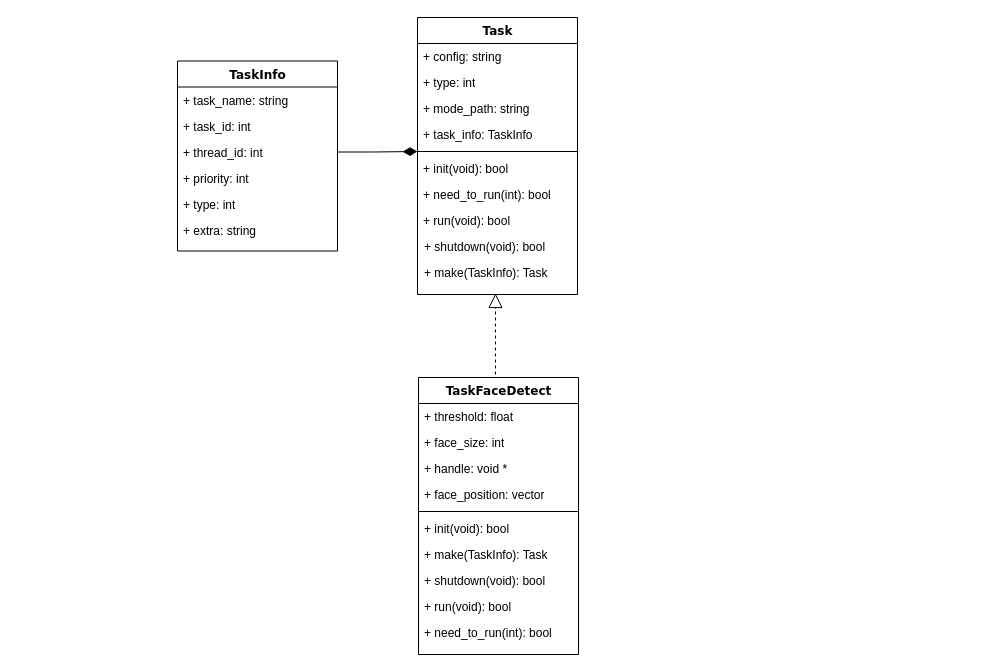
Flhawker/Flow keeps this draw.io diagram as page "人脸检测" (1 of 4) of 疲劳驾驶预警系统类图.drawio. Above is the earlier version. Source tidied: cells renumbered, new cells numbered last; positions are measured from the earlier drawing's top-left corner, leaving out a move shared by most shapes. Both pictures are drawn from the tidied source at 100%, with x=0, y=0 at pixel (177, 17).
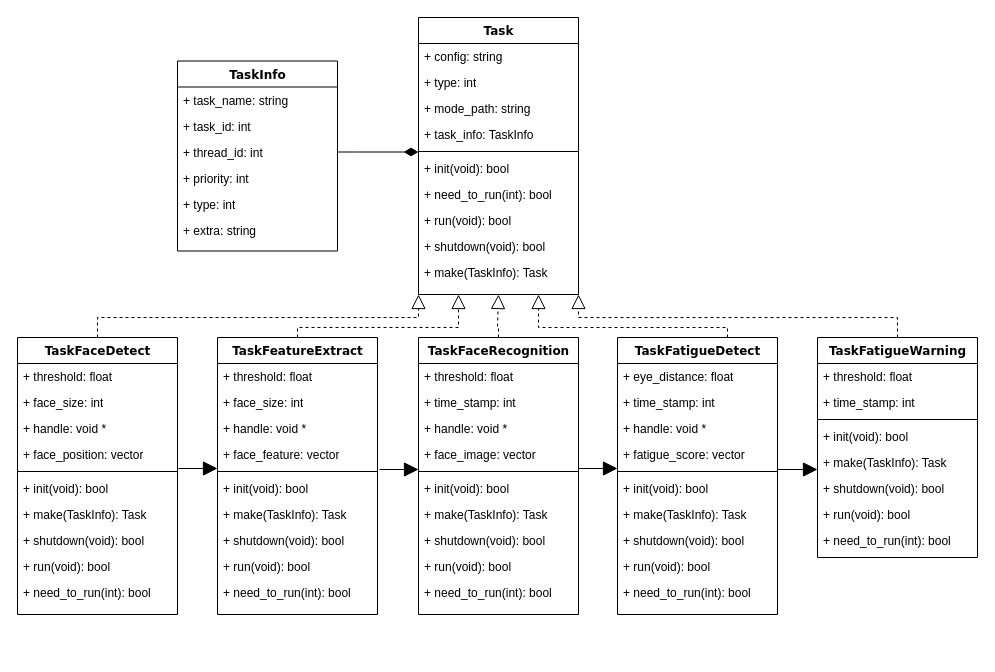
Above is the later version.

Commit message:
Update 疲劳驾驶预警系统类图.drawio

The change refers to these unchanged cells:
```xml
<mxCell id="7" value="+ face_position: vector" style="text;html=1;strokeColor=none;fillColor=none;align=left;verticalAlign=top;spacingLeft=4;spacingRight=4;whiteSpace=wrap;overflow=hidden;points=[[0,0.5],[1,0.5]];portConstraint=eastwest;" parent="3" vertex="1">
  <mxGeometry y="104" width="160" height="26" as="geometry" />
</mxCell>
<mxCell id="18" value="+ thread_id: int" style="text;html=1;strokeColor=none;fillColor=none;align=left;verticalAlign=top;spacingLeft=4;spacingRight=4;whiteSpace=wrap;overflow=hidden;points=[[0,0.5],[1,0.5]];portConstraint=eastwest;" parent="15" vertex="1">
  <mxGeometry y="78" width="160" height="26" as="geometry" />
</mxCell>
<mxCell id="27" style="line;html=1;strokeWidth=1;fillColor=none;align=left;verticalAlign=middle;spacingTop=-1;spacingLeft=3;spacingRight=3;labelPosition=right;points=[];portConstraint=eastwest;" parent="22" vertex="1">
  <mxGeometry y="130" width="160" height="8" as="geometry" />
</mxCell>
```

The edit, as a diff of the source:
```diff
@@
-    <mxCell id="2" style="edgeStyle=orthogonalEdgeStyle;rounded=0;jettySize=auto;html=1;exitX=0.5;exitY=0;exitDx=0;exitDy=0;startArrow=none;startFill=0;startSize=6;endArrow=block;endFill=0;endSize=12;dashed=1;" parent="1" edge="1" source="3">
+    <mxCell id="2" style="edgeStyle=orthogonalEdgeStyle;rounded=0;jettySize=auto;html=1;exitX=0.5;exitY=0;exitDx=0;exitDy=0;startArrow=none;startFill=0;startSize=6;endArrow=block;endFill=0;endSize=12;dashed=1;entryX=0;entryY=1;entryDx=0;entryDy=0;" parent="1" edge="1" source="3" target="22">
       <mxGeometry relative="1" as="geometry">
-        <mxPoint x="318" y="276" as="targetPoint" />
         <Array as="points">
-          <mxPoint x="318" y="316" />
-          <mxPoint x="318" y="316" />
+          <mxPoint x="-80" y="300" />
+          <mxPoint x="241" y="300" />
         </Array>
       </mxGeometry>
     </mxCell>
     <mxCell id="3" value="TaskFaceDetect" style="swimlane;html=1;fontStyle=1;align=center;verticalAlign=top;horizontal=1;startSize=26;swimlaneFillColor=#ffffff;rounded=0;shadow=0;comic=0;labelBackgroundColor=none;strokeWidth=1;fillColor=none;fontFamily=Verdana;fontSize=12;" parent="1" vertex="1">
-      <mxGeometry x="241" y="360" width="160" height="277" as="geometry" />
+      <mxGeometry x="-160" y="320" width="160" height="277" as="geometry" />
     </mxCell>
@@
     <mxCell id="14" style="edgeStyle=orthogonalEdgeStyle;rounded=0;jettySize=auto;html=1;exitX=1;exitY=0.5;exitDx=0;exitDy=0;startArrow=none;startFill=0;startSize=6;endArrow=diamondThin;endFill=1;endSize=12;" parent="1" edge="1" source="18" target="27">
-      <mxGeometry relative="1" as="geometry" />
+      <mxGeometry relative="1" as="geometry">
+        <Array as="points">
+          <mxPoint x="180" y="134" />
+          <mxPoint x="180" y="134" />
+        </Array>
+      </mxGeometry>
     </mxCell>
@@
     <mxCell id="22" value="Task" style="swimlane;html=1;fontStyle=1;align=center;verticalAlign=top;horizontal=1;startSize=26;swimlaneFillColor=#ffffff;rounded=0;shadow=0;comic=0;labelBackgroundColor=none;strokeWidth=1;fillColor=none;fontFamily=Verdana;fontSize=12;" parent="1" vertex="1">
-      <mxGeometry x="240" width="160" height="277" as="geometry" />
+      <mxGeometry x="241" width="160" height="277" as="geometry" />
     </mxCell>
@@
+    <mxCell id="33" style="edgeStyle=orthogonalEdgeStyle;rounded=0;jettySize=auto;html=1;exitX=0.5;exitY=0;exitDx=0;exitDy=0;endSize=12;endArrow=block;endFill=0;dashed=1;entryX=0.25;entryY=1;entryDx=0;entryDy=0;" parent="1" edge="1" source="34" target="22">
+      <mxGeometry relative="1" as="geometry">
+        <Array as="points">
+          <mxPoint x="120" y="310" />
+          <mxPoint x="281" y="310" />
+        </Array>
+      </mxGeometry>
+    </mxCell>
+    <mxCell id="34" value="TaskFeatureExtract" style="swimlane;html=1;fontStyle=1;align=center;verticalAlign=top;horizontal=1;startSize=26;swimlaneFillColor=#ffffff;rounded=0;shadow=0;comic=0;labelBackgroundColor=none;strokeWidth=1;fillColor=none;fontFamily=Verdana;fontSize=12;" parent="1" vertex="1">
+      <mxGeometry x="40" y="320" width="160" height="277" as="geometry" />
+    </mxCell>
+    <mxCell id="35" value="+ threshold: float" style="text;html=1;strokeColor=none;fillColor=none;align=left;verticalAlign=top;spacingLeft=4;spacingRight=4;whiteSpace=wrap;overflow=hidden;" parent="34" vertex="1">
+      <mxGeometry y="26" width="160" height="26" as="geometry" />
+    </mxCell>
+    <mxCell id="36" value="+ face_size: int" style="text;html=1;strokeColor=none;fillColor=none;align=left;verticalAlign=top;spacingLeft=4;spacingRight=4;whiteSpace=wrap;overflow=hidden;" parent="34" vertex="1">
+      <mxGeometry y="52" width="160" height="26" as="geometry" />
+    </mxCell>
+    <mxCell id="37" value="+ handle: void *" style="text;html=1;strokeColor=none;fillColor=none;align=left;verticalAlign=top;spacingLeft=4;spacingRight=4;whiteSpace=wrap;overflow=hidden;" parent="34" vertex="1">
+      <mxGeometry y="78" width="160" height="26" as="geometry" />
+    </mxCell>
+    <mxCell id="38" value="+ face_feature: vector" style="text;html=1;strokeColor=none;fillColor=none;align=left;verticalAlign=top;spacingLeft=4;spacingRight=4;whiteSpace=wrap;overflow=hidden;points=[[0,0.5],[1,0.5]];portConstraint=eastwest;" parent="34" vertex="1">
+      <mxGeometry y="104" width="160" height="26" as="geometry" />
+    </mxCell>
+    <mxCell id="39" style="line;html=1;strokeWidth=1;fillColor=none;align=left;verticalAlign=middle;spacingTop=-1;spacingLeft=3;spacingRight=3;labelPosition=right;" parent="34" vertex="1">
+      <mxGeometry y="130" width="160" height="8" as="geometry" />
+    </mxCell>
+    <mxCell id="40" value="+ init(void): bool" style="text;html=1;strokeColor=none;fillColor=none;align=left;verticalAlign=top;spacingLeft=4;spacingRight=4;whiteSpace=wrap;overflow=hidden;" parent="34" vertex="1">
+      <mxGeometry y="138" width="160" height="26" as="geometry" />
+    </mxCell>
+    <mxCell id="41" value="+ make(TaskInfo): Task" style="text;html=1;strokeColor=none;fillColor=none;align=left;verticalAlign=top;spacingLeft=4;spacingRight=4;whiteSpace=wrap;overflow=hidden;" parent="34" vertex="1">
+      <mxGeometry y="164" width="160" height="26" as="geometry" />
+    </mxCell>
+    <mxCell id="42" value="+ shutdown(void): bool" style="text;html=1;strokeColor=none;fillColor=none;align=left;verticalAlign=top;spacingLeft=4;spacingRight=4;whiteSpace=wrap;overflow=hidden;" parent="34" vertex="1">
+      <mxGeometry y="190" width="160" height="26" as="geometry" />
+    </mxCell>
+    <mxCell id="43" value="+ run(void): bool" style="text;html=1;strokeColor=none;fillColor=none;align=left;verticalAlign=top;spacingLeft=4;spacingRight=4;whiteSpace=wrap;overflow=hidden;" parent="34" vertex="1">
+      <mxGeometry y="216" width="160" height="26" as="geometry" />
+    </mxCell>
+    <mxCell id="44" value="+ need_to_run(int): bool" style="text;html=1;strokeColor=none;fillColor=none;align=left;verticalAlign=top;spacingLeft=4;spacingRight=4;whiteSpace=wrap;overflow=hidden;" parent="34" vertex="1">
+      <mxGeometry y="242" width="160" height="26" as="geometry" />
+    </mxCell>
+    <mxCell id="45" value="TaskFaceRecognition" style="swimlane;html=1;fontStyle=1;align=center;verticalAlign=top;horizontal=1;startSize=26;swimlaneFillColor=#ffffff;rounded=0;shadow=0;comic=0;labelBackgroundColor=none;strokeWidth=1;fillColor=none;fontFamily=Verdana;fontSize=12;" parent="1" vertex="1">
+      <mxGeometry x="241" y="320" width="160" height="277" as="geometry" />
+    </mxCell>
+    <mxCell id="46" value="+ threshold: float" style="text;html=1;strokeColor=none;fillColor=none;align=left;verticalAlign=top;spacingLeft=4;spacingRight=4;whiteSpace=wrap;overflow=hidden;" parent="45" vertex="1">
+      <mxGeometry y="26" width="160" height="26" as="geometry" />
+    </mxCell>
+    <mxCell id="47" value="+ time_stamp: int" style="text;html=1;strokeColor=none;fillColor=none;align=left;verticalAlign=top;spacingLeft=4;spacingRight=4;whiteSpace=wrap;overflow=hidden;" parent="45" vertex="1">
+      <mxGeometry y="52" width="160" height="26" as="geometry" />
+    </mxCell>
+    <mxCell id="48" value="+ handle: void *" style="text;html=1;strokeColor=none;fillColor=none;align=left;verticalAlign=top;spacingLeft=4;spacingRight=4;whiteSpace=wrap;overflow=hidden;" parent="45" vertex="1">
+      <mxGeometry y="78" width="160" height="26" as="geometry" />
+    </mxCell>
+    <mxCell id="49" value="+ face_image: vector" style="text;html=1;strokeColor=none;fillColor=none;align=left;verticalAlign=top;spacingLeft=4;spacingRight=4;whiteSpace=wrap;overflow=hidden;points=[[0,0.5],[1,0.5]];portConstraint=eastwest;" parent="45" vertex="1">
+      <mxGeometry y="104" width="160" height="26" as="geometry" />
+    </mxCell>
+    <mxCell id="50" style="line;html=1;strokeWidth=1;fillColor=none;align=left;verticalAlign=middle;spacingTop=-1;spacingLeft=3;spacingRight=3;labelPosition=right;" parent="45" vertex="1">
+      <mxGeometry y="130" width="160" height="8" as="geometry" />
+    </mxCell>
+    <mxCell id="51" value="+ init(void): bool" style="text;html=1;strokeColor=none;fillColor=none;align=left;verticalAlign=top;spacingLeft=4;spacingRight=4;whiteSpace=wrap;overflow=hidden;" parent="45" vertex="1">
+      <mxGeometry y="138" width="160" height="26" as="geometry" />
+    </mxCell>
+    <mxCell id="52" value="+ make(TaskInfo): Task" style="text;html=1;strokeColor=none;fillColor=none;align=left;verticalAlign=top;spacingLeft=4;spacingRight=4;whiteSpace=wrap;overflow=hidden;" parent="45" vertex="1">
+      <mxGeometry y="164" width="160" height="26" as="geometry" />
+    </mxCell>
+    <mxCell id="53" value="+ shutdown(void): bool" style="text;html=1;strokeColor=none;fillColor=none;align=left;verticalAlign=top;spacingLeft=4;spacingRight=4;whiteSpace=wrap;overflow=hidden;" parent="45" vertex="1">
+      <mxGeometry y="190" width="160" height="26" as="geometry" />
+    </mxCell>
+    <mxCell id="54" value="+ run(void): bool" style="text;html=1;strokeColor=none;fillColor=none;align=left;verticalAlign=top;spacingLeft=4;spacingRight=4;whiteSpace=wrap;overflow=hidden;" parent="45" vertex="1">
+      <mxGeometry y="216" width="160" height="26" as="geometry" />
+    </mxCell>
+    <mxCell id="55" value="+ need_to_run(int): bool" style="text;html=1;strokeColor=none;fillColor=none;align=left;verticalAlign=top;spacingLeft=4;spacingRight=4;whiteSpace=wrap;overflow=hidden;" parent="45" vertex="1">
+      <mxGeometry y="242" width="160" height="26" as="geometry" />
+    </mxCell>
+    <mxCell id="56" value="TaskFatigueWarning" style="swimlane;html=1;fontStyle=1;align=center;verticalAlign=top;horizontal=1;startSize=26;swimlaneFillColor=#ffffff;rounded=0;shadow=0;comic=0;labelBackgroundColor=none;strokeWidth=1;fillColor=none;fontFamily=Verdana;fontSize=12;" parent="1" vertex="1">
+      <mxGeometry x="640" y="320" width="160" height="220" as="geometry" />
+    </mxCell>
+    <mxCell id="57" value="+ threshold: float" style="text;html=1;strokeColor=none;fillColor=none;align=left;verticalAlign=top;spacingLeft=4;spacingRight=4;whiteSpace=wrap;overflow=hidden;" parent="56" vertex="1">
+      <mxGeometry y="26" width="160" height="26" as="geometry" />
+    </mxCell>
+    <mxCell id="58" value="+ time_stamp: int" style="text;html=1;strokeColor=none;fillColor=none;align=left;verticalAlign=top;spacingLeft=4;spacingRight=4;whiteSpace=wrap;overflow=hidden;" parent="56" vertex="1">
+      <mxGeometry y="52" width="160" height="26" as="geometry" />
+    </mxCell>
+    <mxCell id="59" style="line;html=1;strokeWidth=1;fillColor=none;align=left;verticalAlign=middle;spacingTop=-1;spacingLeft=3;spacingRight=3;labelPosition=right;" parent="56" vertex="1">
+      <mxGeometry y="78" width="160" height="8" as="geometry" />
+    </mxCell>
+    <mxCell id="60" value="+ init(void): bool" style="text;html=1;strokeColor=none;fillColor=none;align=left;verticalAlign=top;spacingLeft=4;spacingRight=4;whiteSpace=wrap;overflow=hidden;" parent="56" vertex="1">
+      <mxGeometry y="86" width="160" height="26" as="geometry" />
+    </mxCell>
+    <mxCell id="61" value="+ make(TaskInfo): Task" style="text;html=1;strokeColor=none;fillColor=none;align=left;verticalAlign=top;spacingLeft=4;spacingRight=4;whiteSpace=wrap;overflow=hidden;" parent="56" vertex="1">
+      <mxGeometry y="112" width="160" height="26" as="geometry" />
+    </mxCell>
+    <mxCell id="62" value="+ shutdown(void): bool" style="text;html=1;strokeColor=none;fillColor=none;align=left;verticalAlign=top;spacingLeft=4;spacingRight=4;whiteSpace=wrap;overflow=hidden;" parent="56" vertex="1">
+      <mxGeometry y="138" width="160" height="26" as="geometry" />
+    </mxCell>
+    <mxCell id="63" value="+ run(void): bool" style="text;html=1;strokeColor=none;fillColor=none;align=left;verticalAlign=top;spacingLeft=4;spacingRight=4;whiteSpace=wrap;overflow=hidden;" parent="56" vertex="1">
+      <mxGeometry y="164" width="160" height="26" as="geometry" />
+    </mxCell>
+    <mxCell id="64" value="+ need_to_run(int): bool" style="text;html=1;strokeColor=none;fillColor=none;align=left;verticalAlign=top;spacingLeft=4;spacingRight=4;whiteSpace=wrap;overflow=hidden;" parent="56" vertex="1">
+      <mxGeometry y="190" width="160" height="26" as="geometry" />
+    </mxCell>
+    <mxCell id="65" value="&lt;div&gt;&lt;span&gt;TaskFatigueDetect&lt;/span&gt;&lt;/div&gt;" style="swimlane;html=1;fontStyle=1;align=center;verticalAlign=top;horizontal=1;startSize=26;swimlaneFillColor=#ffffff;rounded=0;shadow=0;comic=0;labelBackgroundColor=none;strokeWidth=1;fillColor=none;fontFamily=Verdana;fontSize=12;" parent="1" vertex="1">
+      <mxGeometry x="440" y="320" width="160" height="277" as="geometry" />
+    </mxCell>
+    <mxCell id="66" value="+ eye_distance: float" style="text;html=1;strokeColor=none;fillColor=none;align=left;verticalAlign=top;spacingLeft=4;spacingRight=4;whiteSpace=wrap;overflow=hidden;" parent="65" vertex="1">
+      <mxGeometry y="26" width="160" height="26" as="geometry" />
+    </mxCell>
+    <mxCell id="67" value="+ time_stamp: int" style="text;html=1;strokeColor=none;fillColor=none;align=left;verticalAlign=top;spacingLeft=4;spacingRight=4;whiteSpace=wrap;overflow=hidden;" parent="65" vertex="1">
+      <mxGeometry y="52" width="160" height="26" as="geometry" />
+    </mxCell>
+    <mxCell id="68" value="+ handle: void *" style="text;html=1;strokeColor=none;fillColor=none;align=left;verticalAlign=top;spacingLeft=4;spacingRight=4;whiteSpace=wrap;overflow=hidden;" parent="65" vertex="1">
+      <mxGeometry y="78" width="160" height="26" as="geometry" />
+    </mxCell>
+    <mxCell id="69" value="+ fatigue_score: vector" style="text;html=1;strokeColor=none;fillColor=none;align=left;verticalAlign=top;spacingLeft=4;spacingRight=4;whiteSpace=wrap;overflow=hidden;" parent="65" vertex="1">
+      <mxGeometry y="104" width="160" height="26" as="geometry" />
+    </mxCell>
+    <mxCell id="70" style="line;html=1;strokeWidth=1;fillColor=none;align=left;verticalAlign=middle;spacingTop=-1;spacingLeft=3;spacingRight=3;labelPosition=right;points=[];portConstraint=eastwest;" parent="65" vertex="1">
+      <mxGeometry y="130" width="160" height="8" as="geometry" />
+    </mxCell>
+    <mxCell id="71" value="+ init(void): bool" style="text;html=1;strokeColor=none;fillColor=none;align=left;verticalAlign=top;spacingLeft=4;spacingRight=4;whiteSpace=wrap;overflow=hidden;" parent="65" vertex="1">
+      <mxGeometry y="138" width="160" height="26" as="geometry" />
+    </mxCell>
+    <mxCell id="72" value="+ make(TaskInfo): Task" style="text;html=1;strokeColor=none;fillColor=none;align=left;verticalAlign=top;spacingLeft=4;spacingRight=4;whiteSpace=wrap;overflow=hidden;" parent="65" vertex="1">
+      <mxGeometry y="164" width="160" height="26" as="geometry" />
+    </mxCell>
+    <mxCell id="73" value="+ shutdown(void): bool" style="text;html=1;strokeColor=none;fillColor=none;align=left;verticalAlign=top;spacingLeft=4;spacingRight=4;whiteSpace=wrap;overflow=hidden;" parent="65" vertex="1">
+      <mxGeometry y="190" width="160" height="26" as="geometry" />
+    </mxCell>
+    <mxCell id="74" value="+ run(void): bool" style="text;html=1;strokeColor=none;fillColor=none;align=left;verticalAlign=top;spacingLeft=4;spacingRight=4;whiteSpace=wrap;overflow=hidden;" parent="65" vertex="1">
+      <mxGeometry y="216" width="160" height="26" as="geometry" />
+    </mxCell>
+    <mxCell id="75" value="+ need_to_run(int): bool" style="text;html=1;strokeColor=none;fillColor=none;align=left;verticalAlign=top;spacingLeft=4;spacingRight=4;whiteSpace=wrap;overflow=hidden;" parent="65" vertex="1">
+      <mxGeometry y="242" width="160" height="26" as="geometry" />
+    </mxCell>
+    <mxCell id="76" style="edgeStyle=orthogonalEdgeStyle;rounded=0;jettySize=auto;html=1;endSize=12;endArrow=block;endFill=0;dashed=1;entryX=0.5;entryY=1;entryDx=0;entryDy=0;exitX=0.5;exitY=0;exitDx=0;exitDy=0;" parent="1" edge="1" source="45" target="22">
+      <mxGeometry relative="1" as="geometry">
+        <Array as="points">
+          <mxPoint x="321" y="310" />
+          <mxPoint x="320" y="310" />
+        </Array>
+      </mxGeometry>
+    </mxCell>
+    <mxCell id="77" style="edgeStyle=orthogonalEdgeStyle;rounded=0;jettySize=auto;html=1;endSize=12;endArrow=block;endFill=0;dashed=1;entryX=0.75;entryY=1;entryDx=0;entryDy=0;exitX=0.5;exitY=0;exitDx=0;exitDy=0;" parent="1" edge="1" source="65" target="22">
+      <mxGeometry relative="1" as="geometry">
+        <Array as="points">
+          <mxPoint x="550" y="310" />
+          <mxPoint x="361" y="310" />
+        </Array>
+      </mxGeometry>
+    </mxCell>
+    <mxCell id="78" style="edgeStyle=orthogonalEdgeStyle;rounded=0;jettySize=auto;html=1;endSize=12;endArrow=block;endFill=0;dashed=1;exitX=0.5;exitY=0;exitDx=0;exitDy=0;entryX=1;entryY=1;entryDx=0;entryDy=0;" parent="1" edge="1" source="56" target="22">
+      <mxGeometry relative="1" as="geometry">
+        <Array as="points">
+          <mxPoint x="720" y="300" />
+          <mxPoint x="401" y="300" />
+        </Array>
+      </mxGeometry>
+    </mxCell>
+    <mxCell id="79" style="edgeStyle=orthogonalEdgeStyle;rounded=0;jettySize=auto;html=1;exitX=1.006;exitY=1.038;exitDx=0;exitDy=0;endArrow=block;endFill=1;endSize=12;exitPerimeter=0;" parent="1" edge="1" source="7">
+      <mxGeometry relative="1" as="geometry">
+        <mxPoint x="40" y="451" as="targetPoint" />
+      </mxGeometry>
+    </mxCell>
+    <mxCell id="80" style="edgeStyle=orthogonalEdgeStyle;rounded=0;jettySize=auto;html=1;exitX=1.013;exitY=1.077;exitDx=0;exitDy=0;endArrow=block;endFill=1;endSize=12;exitPerimeter=0;" parent="1" edge="1" source="38">
+      <mxGeometry relative="1" as="geometry">
+        <mxPoint x="241" y="452" as="targetPoint" />
+      </mxGeometry>
+    </mxCell>
+    <mxCell id="81" style="edgeStyle=orthogonalEdgeStyle;rounded=0;jettySize=auto;html=1;exitX=1;exitY=1.038;exitDx=0;exitDy=0;endArrow=block;endFill=1;endSize=12;exitPerimeter=0;" parent="1" edge="1" source="49">
+      <mxGeometry relative="1" as="geometry">
+        <mxPoint x="440" y="451" as="targetPoint" />
+      </mxGeometry>
+    </mxCell>
+    <mxCell id="82" style="edgeStyle=orthogonalEdgeStyle;rounded=0;jettySize=auto;html=1;exitX=1;exitY=0.25;exitDx=0;exitDy=0;endArrow=block;endFill=1;endSize=12;exitPerimeter=0;" parent="1" edge="1" source="70">
+      <mxGeometry relative="1" as="geometry">
+        <mxPoint x="640" y="452" as="targetPoint" />
+      </mxGeometry>
+    </mxCell>
```
